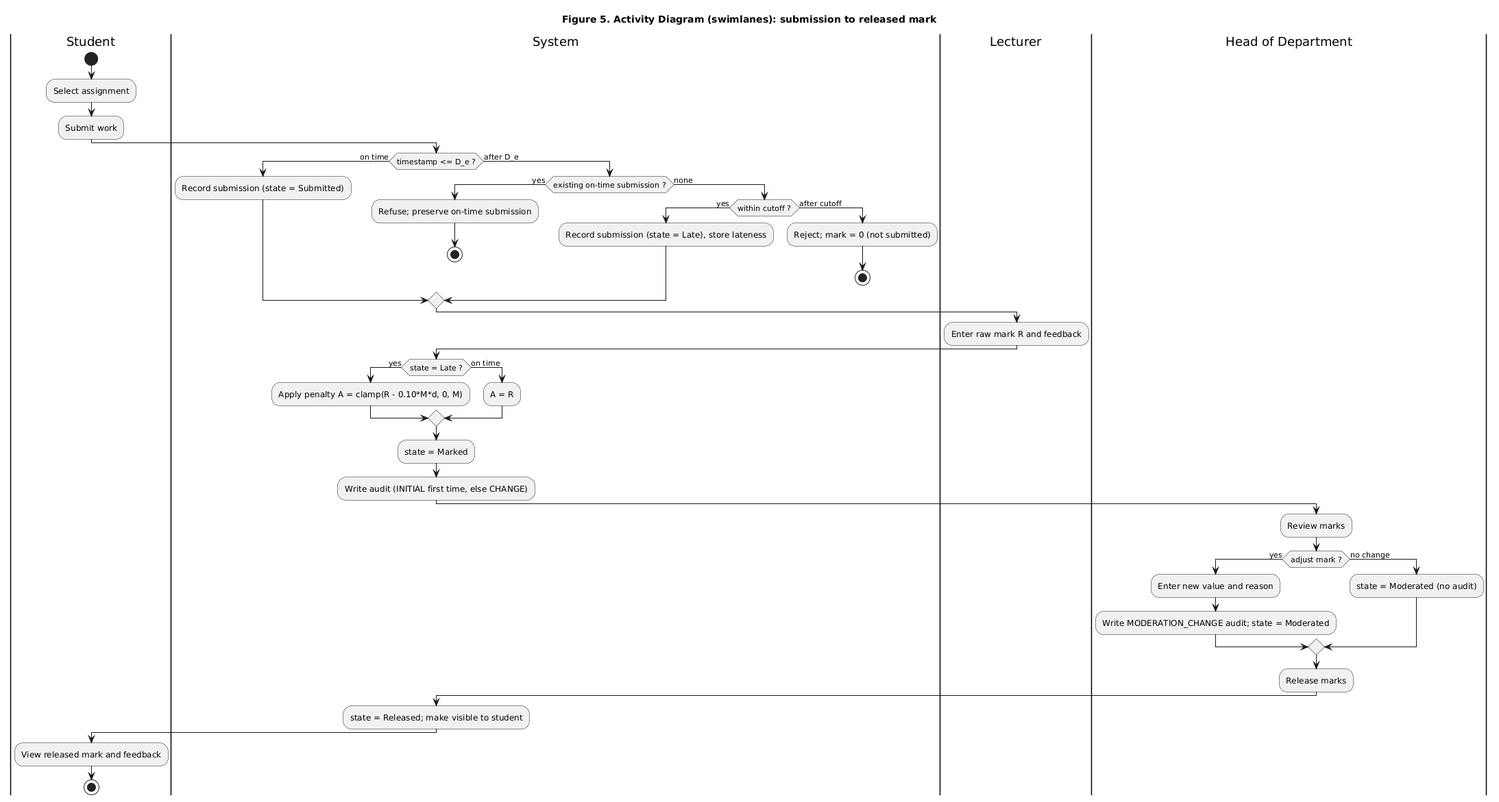
Before: assets/diagrams/activity_swimlanes.png, a diagram exported from PlantUML (mwelipama/cs4433-moderated-lms). Its diagram source:
```plantuml
@startuml
title Figure 5. Activity Diagram (swimlanes): submission to released mark
|Student|
start
:Select assignment;
:Submit work;
|System|
if (timestamp <= D_e ?) then (on time)
  :Record submission (state = Submitted);
else (after D_e)
  if (existing on-time submission ?) then (yes)
    :Refuse; preserve on-time submission;
    stop
  else (none)
    if (within cutoff ?) then (yes)
      :Record submission (state = Late), store lateness;
    else (after cutoff)
      :Reject; mark = 0 (not submitted);
      stop
    endif
  endif
endif
|Lecturer|
:Enter raw mark R and feedback;
|System|
if (state = Late ?) then (yes)
  :Apply penalty A = clamp(R - 0.10*M*d, 0, M);
else (on time)
  :A = R;
endif
:state = Marked;
:Write audit (INITIAL first time, else CHANGE);
|Head of Department|
:Review marks;
if (adjust mark ?) then (yes)
  :Enter new value and reason;
  :Write MODERATION_CHANGE audit; state = Moderated;
else (no change)
  :state = Moderated (no audit);
endif
:Release marks;
|System|
:state = Released; make visible to student;
|Student|
:View released mark and feedback;
stop
@enduml
```
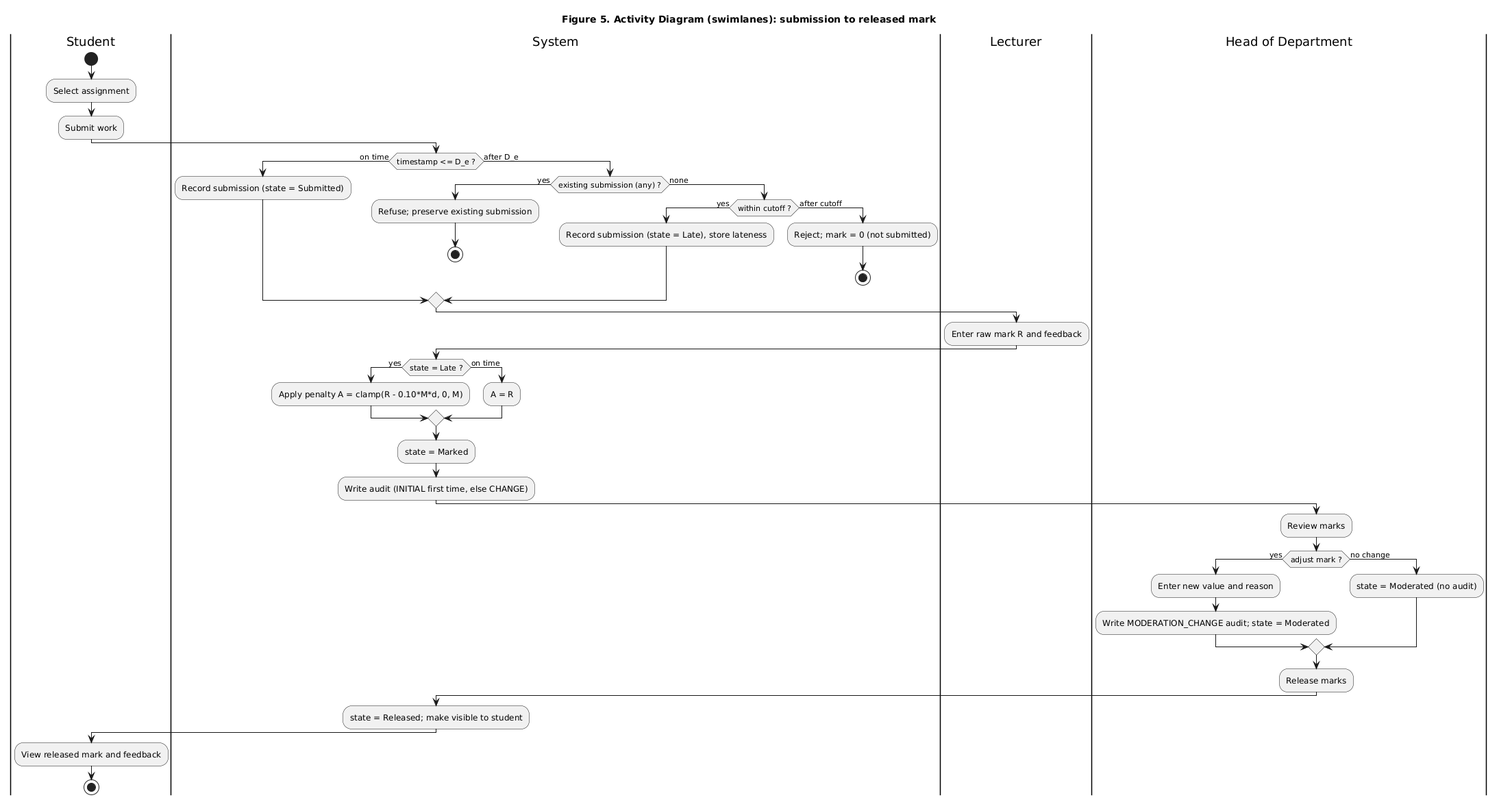
The same file after the commit.

What changed in the source:
```diff
@@ -8,8 +8,8 @@
 if (timestamp <= D_e ?) then (on time)
   :Record submission (state = Submitted);
 else (after D_e)
-  if (existing on-time submission ?) then (yes)
-    :Refuse; preserve on-time submission;
+  if (existing submission (any) ?) then (yes)
+    :Refuse; preserve existing submission;
     stop
   else (none)
     if (within cutoff ?) then (yes)
```
